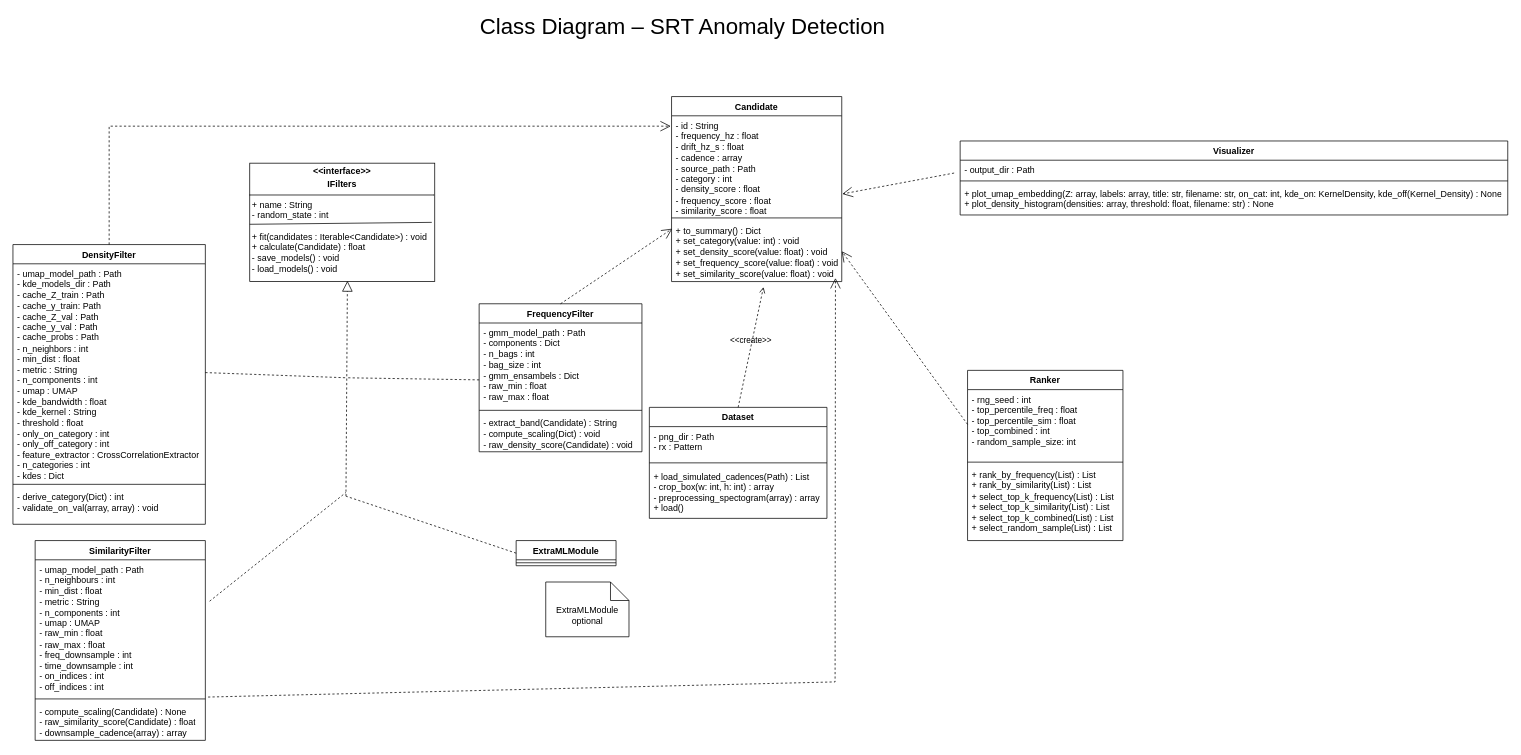
The draw.io diagram docs/uml/04_class/class_diagram.drawio in DavideDeplano/srt-anomaly-detection, before the edit. Source tidied: cells renumbered, new cells numbered last; positions are measured from the earlier drawing's top-left corner, leaving out a move shared by most shapes. Both pictures are drawn from the tidied source at 74%, with x=0, y=0 at pixel (13, 15).
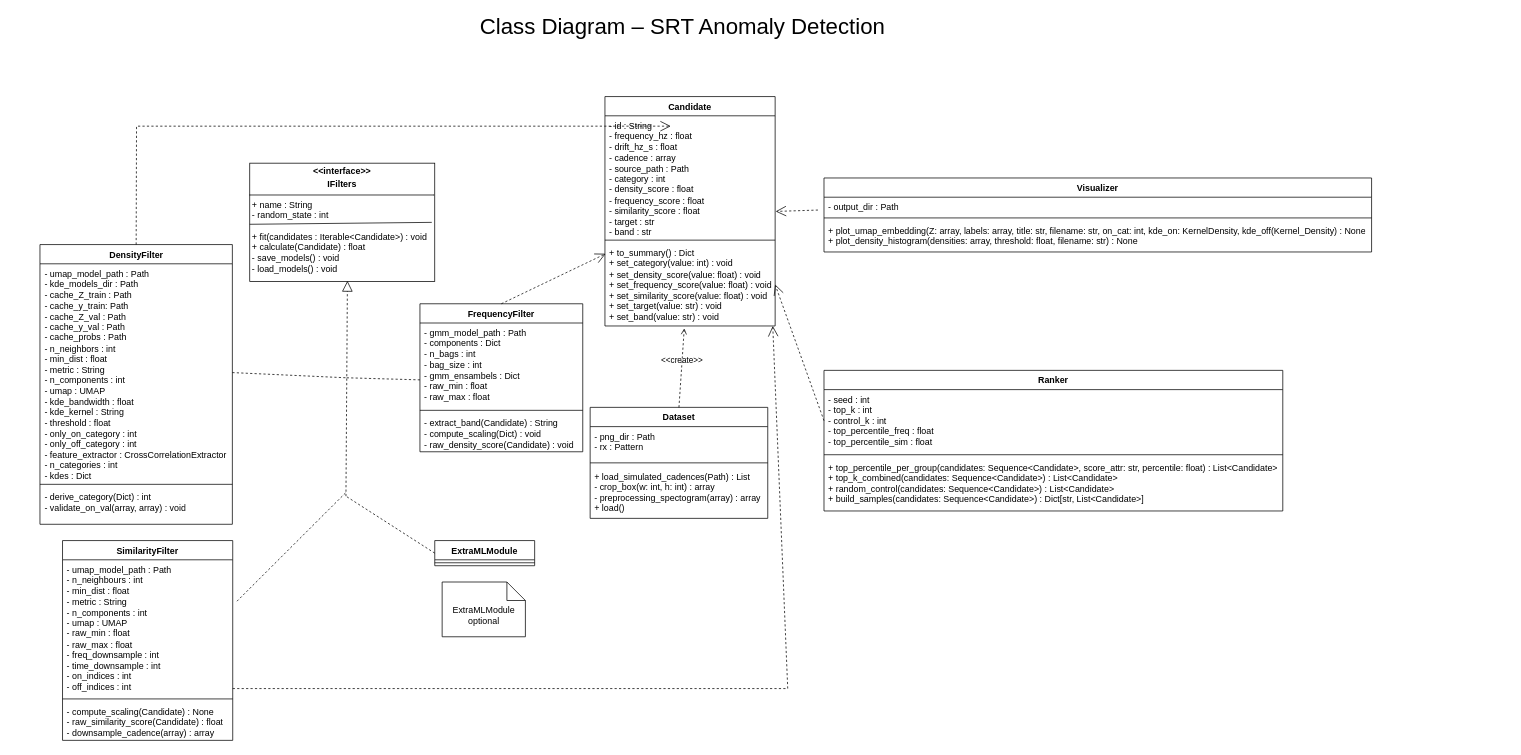
The same diagram, later.

Commit message (it also covers changes not shown here):
Aggiornati class docs e candidate.py

The change refers to these unchanged cells:
```xml
<mxCell id="32" value="&lt;div&gt;- umap_model_path : Path&lt;/div&gt;&lt;div&gt;- n_neighbours : int&lt;/div&gt;&lt;div&gt;- min_dist : float&lt;/div&gt;&lt;div&gt;- metric : String&lt;/div&gt;&lt;div&gt;- n_components : int&lt;/div&gt;&lt;div&gt;- umap : UMAP&lt;/div&gt;&lt;div&gt;- raw_min : float&lt;/div&gt;&lt;div&gt;- raw_max : float&lt;/div&gt;&lt;div&gt;- freq_downsample : int&lt;/div&gt;&lt;div&gt;- time_downsample : int&lt;/div&gt;&lt;div&gt;- on_indices : int&lt;/div&gt;&lt;div&gt;- off_indices : int&lt;/div&gt;&lt;div&gt;&lt;br&gt;&lt;/div&gt;" style="text;strokeColor=none;fillColor=none;align=left;verticalAlign=top;spacingLeft=4;spacingRight=4;overflow=hidden;points=[[0,0.5],[1,0.5]];portConstraint=eastwest;whiteSpace=wrap;html=1;" parent="31" vertex="1">
  <mxGeometry y="26" width="230" height="184" as="geometry" />
</mxCell>
```

Diff of the diagram source:
```diff
@@
     <mxCell id="3" value="ExtraMLModule" style="swimlane;fontStyle=1;align=center;verticalAlign=top;horizontal=1;startSize=26;whiteSpace=wrap;html=1;" parent="1" vertex="1">
-      <mxGeometry x="680" y="710" width="135" height="34" as="geometry" />
+      <mxGeometry x="570" y="710" width="135" height="34" as="geometry" />
     </mxCell>
@@
     <mxCell id="5" value="Visualizer" style="swimlane;fontStyle=1;align=center;verticalAlign=top;horizontal=1;startSize=26;whiteSpace=wrap;html=1;" parent="1" vertex="1">
-      <mxGeometry x="1280" y="170" width="740" height="100" as="geometry" />
+      <mxGeometry x="1096" y="220" width="740" height="100" as="geometry" />
     </mxCell>
@@
     <mxCell id="9" value="Dataset" style="swimlane;fontStyle=1;align=center;verticalAlign=top;horizontal=1;startSize=26;whiteSpace=wrap;html=1;" parent="1" vertex="1">
-      <mxGeometry x="860" y="530" width="240" height="150" as="geometry" />
+      <mxGeometry x="780" y="530" width="240" height="150" as="geometry" />
     </mxCell>
@@
-    <mxCell id="17" value="&amp;lt;&amp;lt;create&amp;gt;&amp;gt;" style="endArrow=open;html=1;rounded=0;align=center;verticalAlign=bottom;dashed=1;endFill=0;labelBackgroundColor=none;entryX=0.54;entryY=1.091;entryDx=0;entryDy=0;exitX=0.5;exitY=0;exitDx=0;exitDy=0;entryPerimeter=0;" parent="1" edge="1" source="9" target="22">
+    <mxCell id="17" value="&amp;lt;&amp;lt;create&amp;gt;&amp;gt;" style="endArrow=open;html=1;rounded=0;align=center;verticalAlign=bottom;dashed=1;endFill=0;labelBackgroundColor=none;entryX=0.466;entryY=1.029;entryDx=0;entryDy=0;exitX=0.5;exitY=0;exitDx=0;exitDy=0;entryPerimeter=0;" parent="1" edge="1" source="9" target="22">
       <mxGeometry x="0.01" relative="1" as="geometry" />
     </mxCell>
@@
     <mxCell id="19" value="Candidate" style="swimlane;fontStyle=1;align=center;verticalAlign=top;horizontal=1;startSize=26;whiteSpace=wrap;html=1;" parent="1" vertex="1">
-      <mxGeometry x="890" y="110" width="230" height="250" as="geometry" />
+      <mxGeometry x="800" y="110" width="230" height="310" as="geometry" />
     </mxCell>
-    <mxCell id="20" value="- id : String&lt;div&gt;- frequency_hz : float&lt;/div&gt;&lt;div&gt;- drift_hz_s : float&lt;/div&gt;&lt;div&gt;- cadence : array&lt;/div&gt;&lt;div&gt;- source_path : Path&lt;/div&gt;&lt;div&gt;- category : int&lt;/div&gt;&lt;div&gt;- density_score : float&lt;/div&gt;&lt;div&gt;&lt;span style=&quot;background-color: transparent; color: light-dark(rgb(0, 0, 0), rgb(255, 255, 255));&quot;&gt;- frequency_score : float&lt;/span&gt;&lt;/div&gt;&lt;div&gt;- similarity_score : float&lt;/div&gt;" style="text;strokeColor=none;fillColor=none;align=left;verticalAlign=top;spacingLeft=4;spacingRight=4;overflow=hidden;points=[[0,0.5],[1,0.5]];portConstraint=eastwest;whiteSpace=wrap;html=1;" parent="19" vertex="1">
-      <mxGeometry y="26" width="230" height="134" as="geometry" />
+    <mxCell id="20" value="- id : String&lt;div&gt;- frequency_hz : float&lt;/div&gt;&lt;div&gt;- drift_hz_s : float&lt;/div&gt;&lt;div&gt;- cadence : array&lt;/div&gt;&lt;div&gt;- source_path : Path&lt;/div&gt;&lt;div&gt;- category : int&lt;/div&gt;&lt;div&gt;- density_score : float&lt;/div&gt;&lt;div&gt;&lt;span style=&quot;background-color: transparent; color: light-dark(rgb(0, 0, 0), rgb(255, 255, 255));&quot;&gt;- frequency_score : float&lt;/span&gt;&lt;/div&gt;&lt;div&gt;- similarity_score : float&lt;/div&gt;&lt;div&gt;- target : str&lt;/div&gt;&lt;div&gt;- band : str&lt;/div&gt;" style="text;strokeColor=none;fillColor=none;align=left;verticalAlign=top;spacingLeft=4;spacingRight=4;overflow=hidden;points=[[0,0.5],[1,0.5]];portConstraint=eastwest;whiteSpace=wrap;html=1;" parent="19" vertex="1">
+      <mxGeometry y="26" width="230" height="164" as="geometry" />
     </mxCell>
     <mxCell id="21" style="line;strokeWidth=1;fillColor=none;align=left;verticalAlign=middle;spacingTop=-1;spacingLeft=3;spacingRight=3;labelPosition=right;strokeColor=inherit;" parent="19" vertex="1">
-      <mxGeometry y="160" width="230" height="8" as="geometry" />
+      <mxGeometry y="190" width="230" height="8" as="geometry" />
     </mxCell>
-    <mxCell id="22" value="+ to_summary() : Dict&lt;div&gt;+ set_category(value: int) : void&lt;br&gt;&lt;div&gt;+ set_density_score(value: float) : void&lt;br&gt;&lt;div&gt;+ set_frequency_score(value: float) : void&lt;/div&gt;&lt;div&gt;+ set_similarity_score(value: float) : void&lt;/div&gt;&lt;div&gt;&lt;br&gt;&lt;/div&gt;&lt;/div&gt;&lt;/div&gt;" style="text;strokeColor=none;fillColor=none;align=left;verticalAlign=top;spacingLeft=4;spacingRight=4;overflow=hidden;points=[[0,0.5],[1,0.5]];portConstraint=eastwest;whiteSpace=wrap;html=1;" parent="19" vertex="1">
-      <mxGeometry y="168" width="230" height="82" as="geometry" />
+    <mxCell id="22" value="+ to_summary() : Dict&lt;div&gt;+ set_category(value: int) : void&lt;br&gt;&lt;div&gt;+ set_density_score(value: float) : void&lt;br&gt;&lt;div&gt;+ set_frequency_score(value: float) : void&lt;/div&gt;&lt;div&gt;+ set_similarity_score(value: float) : void&lt;/div&gt;&lt;div&gt;+ set_target(value: str) : void&lt;/div&gt;&lt;div&gt;+ set_band(value: str) : void&lt;/div&gt;&lt;div&gt;&lt;br&gt;&lt;/div&gt;&lt;/div&gt;&lt;/div&gt;" style="text;strokeColor=none;fillColor=none;align=left;verticalAlign=top;spacingLeft=4;spacingRight=4;overflow=hidden;points=[[0,0.5],[1,0.5]];portConstraint=eastwest;whiteSpace=wrap;html=1;" parent="19" vertex="1">
+      <mxGeometry y="198" width="230" height="112" as="geometry" />
     </mxCell>
@@
     <mxCell id="25" value="ExtraMLModule optional" style="shape=note2;boundedLbl=1;whiteSpace=wrap;html=1;size=25;verticalAlign=top;align=center;" parent="1" vertex="1">
-      <mxGeometry x="720" y="766" width="112.5" height="74" as="geometry" />
+      <mxGeometry x="580" y="766" width="112.5" height="74" as="geometry" />
     </mxCell>
@@
     <mxCell id="27" value="DensityFilter" style="swimlane;fontStyle=1;align=center;verticalAlign=top;horizontal=1;startSize=26;whiteSpace=wrap;html=1;" parent="1" vertex="1">
-      <mxGeometry y="310" width="260" height="378" as="geometry" />
+      <mxGeometry x="36.5" y="310" width="260" height="378" as="geometry" />
     </mxCell>
@@
     <mxCell id="31" value="SimilarityFilter" style="swimlane;fontStyle=1;align=center;verticalAlign=top;horizontal=1;startSize=26;whiteSpace=wrap;html=1;" parent="1" vertex="1">
-      <mxGeometry x="30" y="710" width="230" height="270" as="geometry" />
+      <mxGeometry x="67" y="710" width="230" height="270" as="geometry" />
     </mxCell>
@@
     <mxCell id="35" value="FrequencyFilter" style="swimlane;fontStyle=1;align=center;verticalAlign=top;horizontal=1;startSize=26;whiteSpace=wrap;html=1;" parent="1" vertex="1">
-      <mxGeometry x="630" y="390" width="220" height="200" as="geometry" />
+      <mxGeometry x="550" y="390" width="220" height="200" as="geometry" />
     </mxCell>
@@
     <mxCell id="39" value="Ranker" style="swimlane;fontStyle=1;align=center;verticalAlign=top;horizontal=1;startSize=26;whiteSpace=wrap;html=1;" parent="1" vertex="1">
-      <mxGeometry x="1290" y="480" width="210" height="230" as="geometry" />
+      <mxGeometry x="1096" y="480" width="620" height="190" as="geometry" />
     </mxCell>
-    <mxCell id="40" value="&lt;div&gt;- rng_seed : int&lt;/div&gt;&lt;div&gt;- top_percentile_freq : float&lt;/div&gt;&lt;div&gt;- top_percentile_sim : float&lt;/div&gt;&lt;div&gt;- top_combined : int&lt;/div&gt;&lt;div&gt;- random_sample_size: int&lt;/div&gt;" style="text;strokeColor=none;fillColor=none;align=left;verticalAlign=top;spacingLeft=4;spacingRight=4;overflow=hidden;points=[[0,0.5],[1,0.5]];portConstraint=eastwest;whiteSpace=wrap;html=1;" parent="39" vertex="1">
-      <mxGeometry y="26" width="210" height="94" as="geometry" />
+    <mxCell id="40" value="&lt;div&gt;- seed : int&lt;/div&gt;&lt;div&gt;- top_k : int&lt;br&gt;&lt;/div&gt;&lt;div&gt;- control_k : int&lt;/div&gt;&lt;div&gt;- top_percentile_freq : float&lt;/div&gt;&lt;div&gt;- top_percentile_sim : float&lt;/div&gt;" style="text;strokeColor=none;fillColor=none;align=left;verticalAlign=top;spacingLeft=4;spacingRight=4;overflow=hidden;points=[[0,0.5],[1,0.5]];portConstraint=eastwest;whiteSpace=wrap;html=1;" parent="39" vertex="1">
+      <mxGeometry y="26" width="620" height="84" as="geometry" />
     </mxCell>
     <mxCell id="41" style="line;strokeWidth=1;fillColor=none;align=left;verticalAlign=middle;spacingTop=-1;spacingLeft=3;spacingRight=3;labelPosition=right;strokeColor=inherit;" parent="39" vertex="1">
-      <mxGeometry y="120" width="210" height="8" as="geometry" />
+      <mxGeometry y="110" width="620" height="8" as="geometry" />
     </mxCell>
-    <mxCell id="42" value="+ rank_by_frequency(List) : List&lt;div&gt;+ rank_by_similarity(List) : List&lt;/div&gt;&lt;div&gt;+ select_top_k_frequency(List) : List&lt;/div&gt;&lt;div&gt;+ select_top_k_similarity(List) : List&lt;/div&gt;&lt;div&gt;+ select_top_k_combined(List) : List&lt;/div&gt;&lt;div&gt;+ select_random_sample(List) : List&lt;/div&gt;" style="text;strokeColor=none;fillColor=none;align=left;verticalAlign=top;spacingLeft=4;spacingRight=4;overflow=hidden;whiteSpace=wrap;html=1;" parent="39" vertex="1">
-      <mxGeometry y="128" width="210" height="102" as="geometry" />
+    <mxCell id="42" value="+ top_percentile_per_group(candidates: Sequence&amp;lt;Candidate&amp;gt;, score_attr: str, percentile: float) : List&amp;lt;Candidate&amp;gt;&lt;div&gt;+ top_k_combined(candidates: Sequence&amp;lt;Candidate&amp;gt;) : List&amp;lt;Candidate&amp;gt;&lt;/div&gt;&lt;div&gt;+ random_control(candidates: Sequence&amp;lt;Candidate&amp;gt;) : List&amp;lt;Candidate&amp;gt;&lt;/div&gt;&lt;div&gt;+ build_samples(candidates: Sequence&amp;lt;Candidate&amp;gt;) : Dict[str, List&amp;lt;Candidate&amp;gt;]&lt;/div&gt;" style="text;strokeColor=none;fillColor=none;align=left;verticalAlign=top;spacingLeft=4;spacingRight=4;overflow=hidden;whiteSpace=wrap;html=1;" parent="39" vertex="1">
+      <mxGeometry y="118" width="620" height="72" as="geometry" />
     </mxCell>
     <mxCell id="43" style="endArrow=open;endSize=12;dashed=1;html=1;rounded=0;exitX=0.5;exitY=0;exitDx=0;exitDy=0;" parent="1" edge="1" source="27">
       <mxGeometry relative="1" as="geometry">
         <mxPoint x="889" y="150" as="targetPoint" />
         <Array as="points">
-          <mxPoint x="130" y="150" />
+          <mxPoint x="167" y="150" />
         </Array>
       </mxGeometry>
     </mxCell>
@@
-    <mxCell id="47" style="endArrow=open;endSize=12;dashed=1;html=1;rounded=0;exitX=1.016;exitY=1.008;exitDx=0;exitDy=0;exitPerimeter=0;entryX=0.963;entryY=0.942;entryDx=0;entryDy=0;entryPerimeter=0;" parent="1" edge="1" source="32" target="22">
+    <mxCell id="47" style="endArrow=open;endSize=12;dashed=1;html=1;rounded=0;entryX=0.986;entryY=1;entryDx=0;entryDy=0;entryPerimeter=0;" parent="1" edge="1" target="22">
       <mxGeometry relative="1" as="geometry">
+        <mxPoint x="297" y="910" as="sourcePoint" />
         <Array as="points">
-          <mxPoint x="1111" y="901" />
+          <mxPoint x="1047" y="910" />
         </Array>
       </mxGeometry>
     </mxCell>
```
